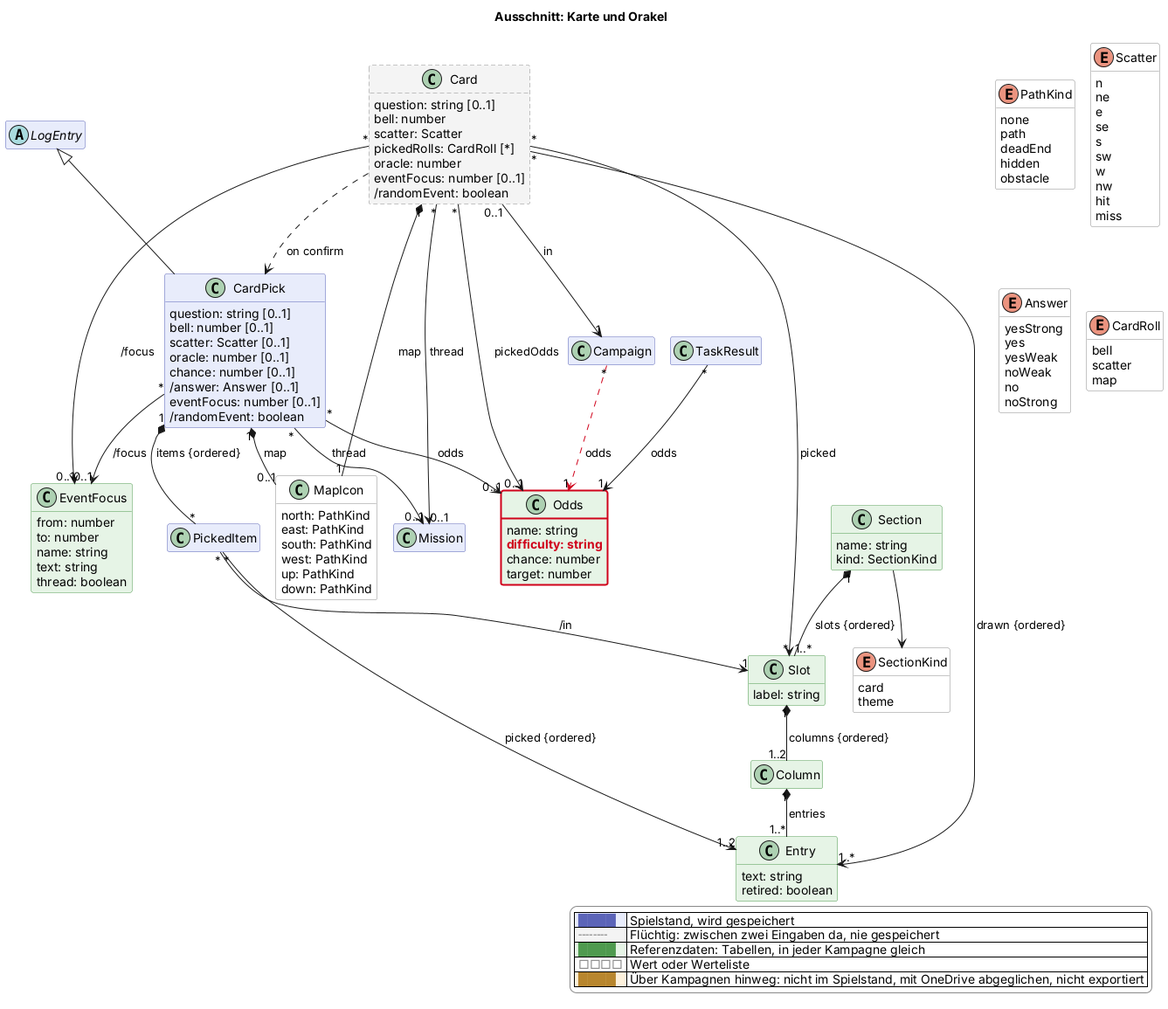
Above: docs/views/karte.png in scuzzar/SRE (PlantUML), before the change. Source of this version:
```plantuml
@startuml
!if %not(%variable_exists("$change"))
!$change = "*"
!endif
!function $marked($c)
!return $change == "*" || $change == $c
!endfunction
!function $new($c, $t)
!if $marked($c)
!return "<color:#d0021b><b>" + $t + "</b></color>"
!endif
!return $t
!endfunction
!procedure $gone($c, $t)
!if $marked($c)
<color:#d0021b><s>$t</s></color>
!endif
!endprocedure
!function $newClass($c)
!if $marked($c)
!return "#line:d0021b;line.bold"
!endif
!return ""
!endfunction
!function $newArrow($c)
!if $marked($c)
!return "[#d0021b,bold]"
!endif
!return ""
!endfunction
!function $goneArrow($c)
!if $marked($c)
!return "[#d0021b,dashed]"
!endif
!return ""
!endfunction
!pragma layout smetana
title Ausschnitt: Karte und Orakel
hide empty members
hide methods
skinparam classAttributeIconSize 0
skinparam shadowing false
skinparam packageStyle rectangle
skinparam class {
  BackgroundColor #e8ecfb
  BorderColor #5b64b8
  BackgroundColor<<transient>> #f4f4f4
  BorderColor<<transient>> #8a8a8a
  BackgroundColor<<reference>> #e6f4e6
  BorderColor<<reference>> #4f9a4f
  BackgroundColor<<value>> #ffffff
  BorderColor<<value>> #8a8a8a
  BackgroundColor<<browser>> #fdf1dc
  BorderColor<<browser>> #b8862e
}
skinparam legendBackgroundColor #ffffff
skinparam legendBorderColor #8a8a8a
<style>
classDiagram {
  class {
    .transient {
      LineStyle 5-3
    }
  }
}
</style>
hide <<transient>> stereotype
hide <<reference>> stereotype
hide <<value>> stereotype
hide <<browser>> stereotype

  class Campaign $kampagne





  class Mission $mission

  abstract class LogEntry $probe
  class CardPick $karte {
    question: string [0..1]
    bell: number [0..1]
    scatter: Scatter [0..1]
    oracle: number [0..1]
    chance: number [0..1]
    /answer: Answer [0..1]
    eventFocus: number [0..1]
    /randomEvent: boolean
  }
  class PickedItem $karte


  class Card <<transient>> $karte {
    question: string [0..1]
    bell: number
    scatter: Scatter
    pickedRolls: CardRoll [*]
    oracle: number
    eventFocus: number [0..1]
    /randomEvent: boolean
  }
  class MapIcon <<value>> $karte {
    north: PathKind
    east: PathKind
    south: PathKind
    west: PathKind
    up: PathKind
    down: PathKind
  }
  enum PathKind <<value>> $karte {
    none
    path
    deadEnd
    hidden
    obstacle
  }
  enum Scatter <<value>> $karte {
    n
    ne
    e
    se
    s
    sw
    w
    nw
    hit
    miss
  }
  enum Answer <<value>> $karte {
    yesStrong
    yes
    yesWeak
    noWeak
    no
    noStrong
  }
  enum CardRoll <<value>> $karte {
    bell
    scatter
    map
  }
  class TaskResult $probe

  class Odds <<reference>> $karte {
    name: string
    $new("2026-11-27", "difficulty: string")
    chance: number
    target: number
  }
  class EventFocus <<reference>> $karte {
    from: number
    to: number
    name: string
    text: string
    thread: boolean
  }
  class Section <<reference>> $karte {
    name: string
    kind: SectionKind
  }
  class Slot <<reference>> $karte {
    label: string
  }
  class Column <<reference>> $karte
  class Entry <<reference>> $karte {
    text: string
    retired: boolean
  }
  enum SectionKind <<value>> $karte {
    card
    theme
  }

Campaign "*" -$goneArrow("2026-11-27")-> "1" Odds : odds









LogEntry <|-- CardPick
CardPick "1" *-- "*" PickedItem : items {ordered}
CardPick "1" *-- "0..1" MapIcon : map
TaskResult "*" --> "1" Odds : odds




Card "0..1" --> "1" Campaign : in
Card "*" --> "1..*" Entry : drawn {ordered}
Card "*" --> "*" Slot : picked
Card ..> CardPick : on confirm
CardPick "*" --> "0..1" Odds : odds
Card "*" --> "0..1" Odds : pickedOdds
Card "*" --> "0..1" EventFocus : /focus
CardPick "*" --> "0..1" EventFocus : /focus
Card "1" *-- "1" MapIcon : map
Card "*" --> "0..1" Mission : thread
CardPick "*" --> "0..1" Mission : thread
PickedItem "*" --> "1" Slot : /in
PickedItem "*" --> "1..2" Entry : picked {ordered}
Section "1" *-- "1..*" Slot : slots {ordered}
Section --> SectionKind
Slot "1" *-- "1..2" Column : columns {ordered}
Column "1" *-- "1..*" Entry : entries


legend right
  |<#e8ecfb> <color:#5b64b8>████</color> | Spielstand, wird gespeichert |
  |<#f4f4f4> <color:#8a8a8a>╌╌╌╌</color> | Flüchtig: zwischen zwei Eingaben da, nie gespeichert |
  |<#e6f4e6> <color:#4f9a4f>████</color> | Referenzdaten: Tabellen, in jeder Kampagne gleich |
  |<#ffffff> <color:#8a8a8a>□□□□</color> | Wert oder Werteliste |
  |<#fdf1dc> <color:#b8862e>████</color> | Über Kampagnen hinweg: nicht im Spielstand, mit OneDrive abgeglichen, nicht exportiert |
endlegend
class Odds #line:d0021b;line.bold
@enduml
```
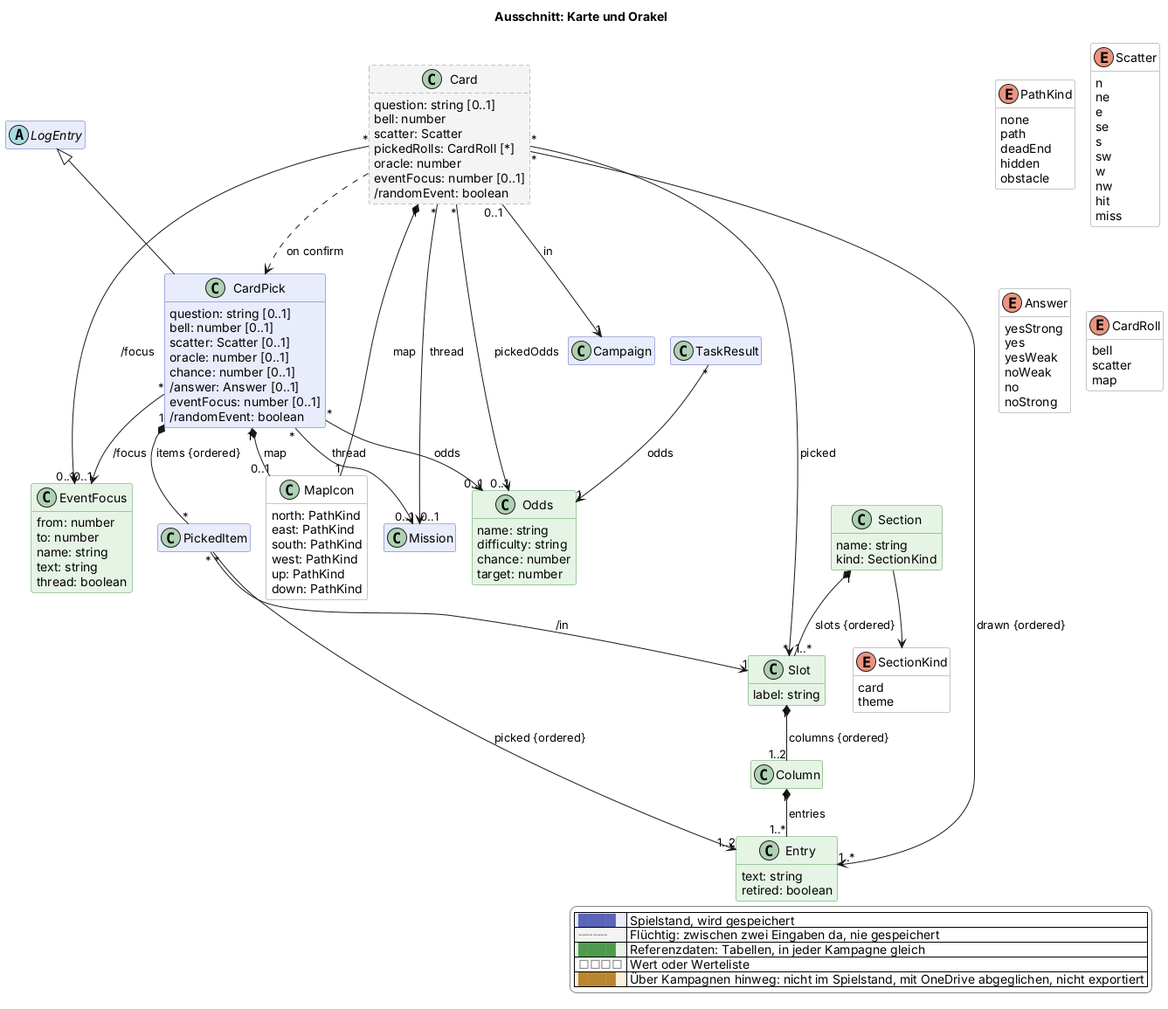
After the change.

What changed in the source:
```diff
@@ -144,7 +144,7 @@
 
   class Odds <<reference>> $karte {
     name: string
-    $new("2026-11-27", "difficulty: string")
+    difficulty: string
     chance: number
     target: number
   }
@@ -172,7 +172,6 @@
     theme
   }
 
-Campaign "*" -$goneArrow("2026-11-27")-> "1" Odds : odds
 
 
 
@@ -216,5 +215,4 @@
   |<#ffffff> <color:#8a8a8a>□□□□</color> | Wert oder Werteliste |
   |<#fdf1dc> <color:#b8862e>████</color> | Über Kampagnen hinweg: nicht im Spielstand, mit OneDrive abgeglichen, nicht exportiert |
 endlegend
-class Odds #line:d0021b;line.bold
 @enduml
```
